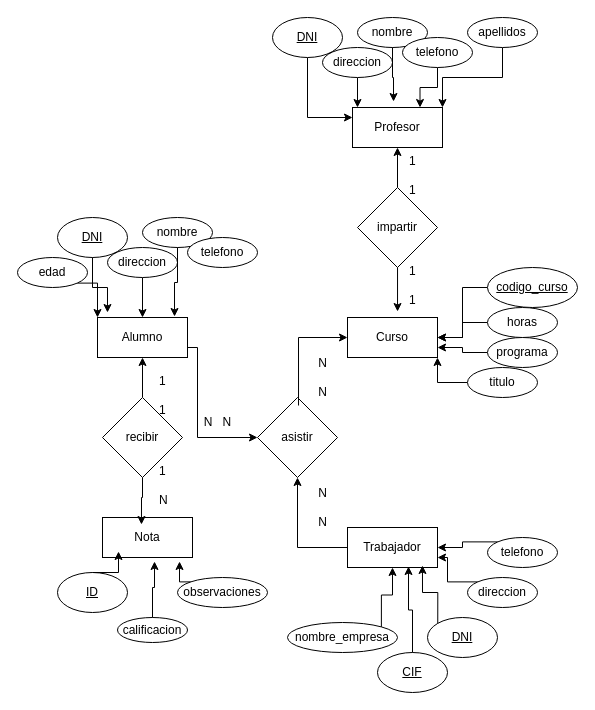
Above: ej2.drawio in adriii28/amr-tsys-C3U12-11102023 (draw.io), before the change. Source tidied: cells renumbered, new cells numbered last; positions are measured from the earlier drawing's top-left corner, leaving out a move shared by most shapes. Both pictures are drawn from the tidied source at 100%, with x=0, y=0 at pixel (17, 17).
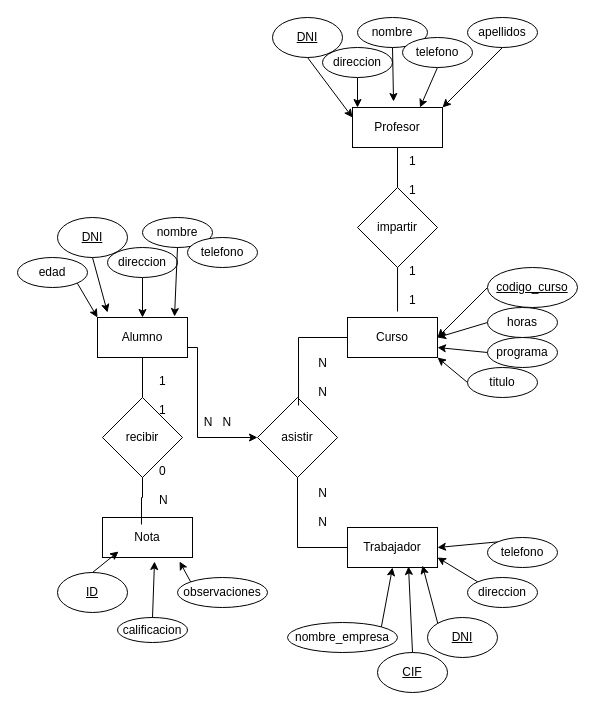
Above is the later version.

Unchanged cells that the change refers to:
```xml
<mxCell id="3" value="Alumno" style="rounded=0;whiteSpace=wrap;html=1;" parent="1" vertex="1">
<mxCell id="5" value="&lt;div&gt;Trabajador&lt;/div&gt;" style="rounded=0;whiteSpace=wrap;html=1;" parent="1" vertex="1">
<mxCell id="6" value="Curso" style="rounded=0;whiteSpace=wrap;html=1;" parent="1" vertex="1">
<mxCell id="7" value="&lt;div&gt;Profesor&lt;/div&gt;" style="rounded=0;whiteSpace=wrap;html=1;" parent="1" vertex="1">
<mxCell id="8" value="&lt;div&gt;Nota&lt;/div&gt;" style="rounded=0;whiteSpace=wrap;html=1;" parent="1" vertex="1">
<mxCell id="9" value="asistir" style="rhombus;whiteSpace=wrap;html=1;" parent="1" vertex="1">
<mxCell id="12" value="impartir" style="rhombus;whiteSpace=wrap;html=1;" parent="1" vertex="1">
<mxCell id="15" value="recibir" style="rhombus;whiteSpace=wrap;html=1;" parent="1" vertex="1">
<mxCell id="23" value="DNI" style="ellipse;whiteSpace=wrap;html=1;fontStyle=4;" parent="1" vertex="1">
<mxCell id="25" value="&lt;div&gt;direccion&lt;/div&gt;" style="ellipse;whiteSpace=wrap;html=1;" parent="1" vertex="1">
<mxCell id="26" value="nombre" style="ellipse;whiteSpace=wrap;html=1;" parent="1" vertex="1">
<mxCell id="29" value="edad" style="ellipse;whiteSpace=wrap;html=1;" parent="1" vertex="1">
<mxCell id="32" value="DNI" style="ellipse;whiteSpace=wrap;html=1;fontStyle=4;" parent="1" vertex="1">
<mxCell id="33" value="CIF" style="ellipse;whiteSpace=wrap;html=1;fontStyle=4;" parent="1" vertex="1">
<mxCell id="35" value="&lt;div&gt;nombre_empresa&lt;/div&gt;" style="ellipse;whiteSpace=wrap;html=1;" parent="1" vertex="1">
<mxCell id="37" value="&lt;div&gt;direccion&lt;/div&gt;" style="ellipse;whiteSpace=wrap;html=1;" parent="1" vertex="1">
<mxCell id="39" value="&lt;div&gt;telefono&lt;/div&gt;" style="ellipse;whiteSpace=wrap;html=1;" parent="1" vertex="1">
<mxCell id="43" value="&lt;div&gt;codigo_curso&lt;/div&gt;" style="ellipse;whiteSpace=wrap;html=1;fontStyle=4;" parent="1" vertex="1">
<mxCell id="45" value="horas" style="ellipse;whiteSpace=wrap;html=1;" parent="1" vertex="1">
<mxCell id="47" value="programa" style="ellipse;whiteSpace=wrap;html=1;" parent="1" vertex="1">
<mxCell id="49" value="titulo" style="ellipse;whiteSpace=wrap;html=1;" parent="1" vertex="1">
<mxCell id="51" value="DNI" style="ellipse;whiteSpace=wrap;html=1;fontStyle=4;" parent="1" vertex="1">
<mxCell id="53" value="&lt;div&gt;direccion&lt;/div&gt;" style="ellipse;whiteSpace=wrap;html=1;" parent="1" vertex="1">
<mxCell id="54" value="nombre" style="ellipse;whiteSpace=wrap;html=1;" parent="1" vertex="1">
<mxCell id="56" value="&lt;div&gt;telefono&lt;/div&gt;" style="ellipse;whiteSpace=wrap;html=1;" parent="1" vertex="1">
<mxCell id="58" value="apellidos" style="ellipse;whiteSpace=wrap;html=1;" parent="1" vertex="1">
<mxCell id="60" value="ID" style="ellipse;whiteSpace=wrap;html=1;fontStyle=4;" parent="1" vertex="1">
<mxCell id="61" value="calificacion" style="ellipse;whiteSpace=wrap;html=1;" parent="1" vertex="1">
<mxCell id="62" value="observaciones" style="ellipse;whiteSpace=wrap;html=1;" parent="1" vertex="1">
```

Diff of the diagram source:
```diff
@@
-    <mxCell id="4" style="edgeStyle=orthogonalEdgeStyle;rounded=0;jettySize=auto;html=1;entryX=0.5;entryY=1;entryDx=0;entryDy=0;" parent="1" edge="1" source="5" target="9">
+    <mxCell id="4" style="edgeStyle=orthogonalEdgeStyle;rounded=0;jettySize=auto;html=1;entryX=0.5;entryY=1;entryDx=0;entryDy=0;endArrow=none;endFill=0;startArrow=none;startFill=0;" parent="1" edge="1" source="5" target="9">
       <mxGeometry relative="1" as="geometry" />
     </mxCell>
@@
-    <mxCell id="10" style="edgeStyle=orthogonalEdgeStyle;rounded=0;jettySize=auto;html=1;entryX=0.513;entryY=0.1;entryDx=0;entryDy=0;entryPerimeter=0;endArrow=none;endFill=0;startArrow=classic;startFill=1;" parent="1" edge="1" source="6" target="9">
+    <mxCell id="10" style="edgeStyle=orthogonalEdgeStyle;rounded=0;jettySize=auto;html=1;entryX=0.513;entryY=0.1;entryDx=0;entryDy=0;entryPerimeter=0;endArrow=none;endFill=0;startArrow=none;startFill=0;" parent="1" edge="1" source="6" target="9">
       <mxGeometry relative="1" as="geometry" />
     </mxCell>
-    <mxCell id="11" style="edgeStyle=orthogonalEdgeStyle;rounded=0;jettySize=auto;html=1;" parent="1" edge="1" source="12" target="7">
+    <mxCell id="11" style="edgeStyle=orthogonalEdgeStyle;rounded=0;jettySize=auto;html=1;endArrow=none;endFill=0;startArrow=none;startFill=0;" parent="1" edge="1" source="12" target="7">
       <mxGeometry relative="1" as="geometry" />
     </mxCell>
@@
-    <mxCell id="13" style="edgeStyle=orthogonalEdgeStyle;rounded=0;jettySize=auto;html=1;entryX=0.556;entryY=-0.15;entryDx=0;entryDy=0;entryPerimeter=0;" parent="1" edge="1" source="12" target="6">
+    <mxCell id="13" style="edgeStyle=orthogonalEdgeStyle;rounded=0;jettySize=auto;html=1;entryX=0.556;entryY=-0.15;entryDx=0;entryDy=0;entryPerimeter=0;endArrow=none;endFill=0;startArrow=none;startFill=0;" parent="1" edge="1" source="12" target="6">
       <mxGeometry relative="1" as="geometry" />
     </mxCell>
-    <mxCell id="14" style="edgeStyle=orthogonalEdgeStyle;rounded=0;jettySize=auto;html=1;entryX=0.5;entryY=1;entryDx=0;entryDy=0;" parent="1" edge="1" source="15" target="3">
+    <mxCell id="14" style="edgeStyle=orthogonalEdgeStyle;rounded=0;jettySize=auto;html=1;entryX=0.5;entryY=1;entryDx=0;entryDy=0;endArrow=none;endFill=0;startArrow=none;startFill=0;" parent="1" edge="1" source="15" target="3">
       <mxGeometry relative="1" as="geometry" />
     </mxCell>
@@
-    <mxCell id="16" style="edgeStyle=orthogonalEdgeStyle;rounded=0;jettySize=auto;html=1;entryX=0.433;entryY=0.175;entryDx=0;entryDy=0;entryPerimeter=0;" parent="1" edge="1" source="15" target="8">
+    <mxCell id="16" style="edgeStyle=orthogonalEdgeStyle;rounded=0;jettySize=auto;html=1;entryX=0.433;entryY=0.175;entryDx=0;entryDy=0;entryPerimeter=0;endArrow=none;endFill=0;startArrow=none;startFill=0;" parent="1" edge="1" source="15" target="8">
       <mxGeometry relative="1" as="geometry" />
     </mxCell>
@@
-    <mxCell id="19" value="&lt;div&gt;1&lt;/div&gt;&lt;div&gt;&lt;br&gt;&lt;/div&gt;&lt;div&gt;N&lt;br&gt;&lt;/div&gt;" style="text;whiteSpace=wrap;html=1;" parent="1" vertex="1">
+    <mxCell id="19" value="0&lt;br&gt;&lt;div&gt;&lt;br&gt;&lt;/div&gt;&lt;div&gt;N&lt;br&gt;&lt;/div&gt;" style="text;whiteSpace=wrap;html=1;" parent="1" vertex="1">
       <mxGeometry x="140" y="440" width="40" height="70" as="geometry" />
     </mxCell>
@@
-    <mxCell id="24" style="edgeStyle=orthogonalEdgeStyle;rounded=0;jettySize=auto;html=1;exitX=0.5;exitY=1;exitDx=0;exitDy=0;entryX=0.5;entryY=0;entryDx=0;entryDy=0;" parent="1" edge="1" source="25" target="3">
+    <mxCell id="24" style="rounded=0;jettySize=auto;html=1;exitX=0.5;exitY=1;exitDx=0;exitDy=0;entryX=0.5;entryY=0;entryDx=0;entryDy=0;" parent="1" edge="1" source="25" target="3">
       <mxGeometry relative="1" as="geometry" />
     </mxCell>
@@
-    <mxCell id="28" style="edgeStyle=orthogonalEdgeStyle;rounded=0;jettySize=auto;html=1;exitX=1;exitY=1;exitDx=0;exitDy=0;entryX=0;entryY=0;entryDx=0;entryDy=0;" parent="1" edge="1" source="29" target="3">
+    <mxCell id="28" style="rounded=0;jettySize=auto;html=1;exitX=1;exitY=1;exitDx=0;exitDy=0;entryX=0;entryY=0;entryDx=0;entryDy=0;" parent="1" edge="1" source="29" target="3">
       <mxGeometry relative="1" as="geometry" />
     </mxCell>
@@
-    <mxCell id="30" style="edgeStyle=orthogonalEdgeStyle;rounded=0;jettySize=auto;html=1;exitX=0.5;exitY=1;exitDx=0;exitDy=0;entryX=0.111;entryY=-0.125;entryDx=0;entryDy=0;entryPerimeter=0;" parent="1" edge="1" source="23" target="3">
+    <mxCell id="30" style="rounded=0;jettySize=auto;html=1;exitX=0.5;exitY=1;exitDx=0;exitDy=0;entryX=0.111;entryY=-0.125;entryDx=0;entryDy=0;entryPerimeter=0;" parent="1" edge="1" source="23" target="3">
       <mxGeometry relative="1" as="geometry" />
     </mxCell>
-    <mxCell id="31" style="edgeStyle=orthogonalEdgeStyle;rounded=0;jettySize=auto;html=1;exitX=0.5;exitY=1;exitDx=0;exitDy=0;entryX=0.856;entryY=-0.025;entryDx=0;entryDy=0;entryPerimeter=0;" parent="1" edge="1" source="26" target="3">
+    <mxCell id="31" style="rounded=0;jettySize=auto;html=1;exitX=0.5;exitY=1;exitDx=0;exitDy=0;entryX=0.856;entryY=-0.025;entryDx=0;entryDy=0;entryPerimeter=0;" parent="1" edge="1" source="26" target="3">
       <mxGeometry relative="1" as="geometry" />
     </mxCell>
@@
-    <mxCell id="34" style="edgeStyle=orthogonalEdgeStyle;rounded=0;jettySize=auto;html=1;exitX=1;exitY=0;exitDx=0;exitDy=0;entryX=0.5;entryY=1;entryDx=0;entryDy=0;" parent="1" edge="1" source="35" target="5">
+    <mxCell id="34" style="rounded=0;jettySize=auto;html=1;exitX=1;exitY=0;exitDx=0;exitDy=0;entryX=0.5;entryY=1;entryDx=0;entryDy=0;" parent="1" edge="1" source="35" target="5">
       <mxGeometry relative="1" as="geometry" />
     </mxCell>
@@
-    <mxCell id="36" style="edgeStyle=orthogonalEdgeStyle;rounded=0;jettySize=auto;html=1;exitX=0;exitY=0;exitDx=0;exitDy=0;entryX=1;entryY=0.75;entryDx=0;entryDy=0;" parent="1" edge="1" source="37" target="5">
+    <mxCell id="36" style="rounded=0;jettySize=auto;html=1;exitX=0;exitY=0;exitDx=0;exitDy=0;entryX=1;entryY=0.75;entryDx=0;entryDy=0;" parent="1" edge="1" source="37" target="5">
       <mxGeometry relative="1" as="geometry" />
     </mxCell>
@@
-    <mxCell id="38" style="edgeStyle=orthogonalEdgeStyle;rounded=0;jettySize=auto;html=1;exitX=0;exitY=0;exitDx=0;exitDy=0;entryX=1;entryY=0.5;entryDx=0;entryDy=0;" parent="1" edge="1" source="39" target="5">
+    <mxCell id="38" style="rounded=0;jettySize=auto;html=1;exitX=0;exitY=0;exitDx=0;exitDy=0;entryX=1;entryY=0.5;entryDx=0;entryDy=0;" parent="1" edge="1" source="39" target="5">
       <mxGeometry relative="1" as="geometry" />
     </mxCell>
@@
-    <mxCell id="40" style="edgeStyle=orthogonalEdgeStyle;rounded=0;jettySize=auto;html=1;exitX=0;exitY=0;exitDx=0;exitDy=0;entryX=0.833;entryY=0.95;entryDx=0;entryDy=0;entryPerimeter=0;" parent="1" edge="1" source="32" target="5">
+    <mxCell id="40" style="rounded=0;jettySize=auto;html=1;exitX=0;exitY=0;exitDx=0;exitDy=0;entryX=0.833;entryY=0.95;entryDx=0;entryDy=0;entryPerimeter=0;" parent="1" edge="1" source="32" target="5">
       <mxGeometry relative="1" as="geometry" />
     </mxCell>
-    <mxCell id="41" style="edgeStyle=orthogonalEdgeStyle;rounded=0;jettySize=auto;html=1;exitX=0.5;exitY=0;exitDx=0;exitDy=0;entryX=0.678;entryY=0.975;entryDx=0;entryDy=0;entryPerimeter=0;" parent="1" edge="1" source="33" target="5">
+    <mxCell id="41" style="rounded=0;jettySize=auto;html=1;exitX=0.5;exitY=0;exitDx=0;exitDy=0;entryX=0.678;entryY=0.975;entryDx=0;entryDy=0;entryPerimeter=0;" parent="1" edge="1" source="33" target="5">
       <mxGeometry relative="1" as="geometry" />
     </mxCell>
-    <mxCell id="42" style="edgeStyle=orthogonalEdgeStyle;rounded=0;jettySize=auto;html=1;exitX=0;exitY=0.5;exitDx=0;exitDy=0;entryX=1;entryY=0.5;entryDx=0;entryDy=0;" parent="1" edge="1" source="43" target="6">
+    <mxCell id="42" style="rounded=0;jettySize=auto;html=1;exitX=0;exitY=0.5;exitDx=0;exitDy=0;entryX=1;entryY=0.5;entryDx=0;entryDy=0;" parent="1" edge="1" source="43" target="6">
       <mxGeometry relative="1" as="geometry" />
     </mxCell>
@@
-    <mxCell id="44" style="edgeStyle=orthogonalEdgeStyle;rounded=0;jettySize=auto;html=1;exitX=0;exitY=0.5;exitDx=0;exitDy=0;entryX=1;entryY=0.5;entryDx=0;entryDy=0;" parent="1" edge="1" source="45" target="6">
+    <mxCell id="44" style="rounded=0;jettySize=auto;html=1;exitX=0;exitY=0.5;exitDx=0;exitDy=0;entryX=1;entryY=0.5;entryDx=0;entryDy=0;" parent="1" edge="1" source="45" target="6">
       <mxGeometry relative="1" as="geometry" />
     </mxCell>
@@
-    <mxCell id="46" style="edgeStyle=orthogonalEdgeStyle;rounded=0;jettySize=auto;html=1;exitX=0;exitY=0.5;exitDx=0;exitDy=0;entryX=1;entryY=0.75;entryDx=0;entryDy=0;" parent="1" edge="1" source="47" target="6">
+    <mxCell id="46" style="rounded=0;jettySize=auto;html=1;exitX=0;exitY=0.5;exitDx=0;exitDy=0;entryX=1;entryY=0.75;entryDx=0;entryDy=0;" parent="1" edge="1" source="47" target="6">
       <mxGeometry relative="1" as="geometry" />
     </mxCell>
@@
-    <mxCell id="48" style="edgeStyle=orthogonalEdgeStyle;rounded=0;jettySize=auto;html=1;exitX=0;exitY=0.5;exitDx=0;exitDy=0;" parent="1" edge="1" source="49">
+    <mxCell id="48" style="rounded=0;jettySize=auto;html=1;exitX=0;exitY=0.5;exitDx=0;exitDy=0;" parent="1" edge="1" source="49">
       <mxGeometry relative="1" as="geometry">
         <mxPoint x="420" y="340" as="targetPoint" />
       </mxGeometry>
     </mxCell>
@@
-    <mxCell id="50" style="edgeStyle=orthogonalEdgeStyle;rounded=0;jettySize=auto;html=1;exitX=0.5;exitY=1;exitDx=0;exitDy=0;entryX=0;entryY=0.25;entryDx=0;entryDy=0;" parent="1" edge="1" source="51" target="7">
+    <mxCell id="50" style="rounded=0;jettySize=auto;html=1;exitX=0.5;exitY=1;exitDx=0;exitDy=0;entryX=0;entryY=0.25;entryDx=0;entryDy=0;" parent="1" edge="1" source="51" target="7">
       <mxGeometry relative="1" as="geometry" />
     </mxCell>
@@
-    <mxCell id="52" style="edgeStyle=orthogonalEdgeStyle;rounded=0;jettySize=auto;html=1;exitX=0.5;exitY=1;exitDx=0;exitDy=0;" parent="1" edge="1" source="53">
+    <mxCell id="52" style="rounded=0;jettySize=auto;html=1;exitX=0.5;exitY=1;exitDx=0;exitDy=0;" parent="1" edge="1" source="53">
       <mxGeometry relative="1" as="geometry">
         <mxPoint x="340" y="90" as="targetPoint" />
       </mxGeometry>
     </mxCell>
@@
-    <mxCell id="55" style="edgeStyle=orthogonalEdgeStyle;rounded=0;jettySize=auto;html=1;exitX=0.5;exitY=1;exitDx=0;exitDy=0;entryX=0.75;entryY=0;entryDx=0;entryDy=0;" parent="1" edge="1" source="56" target="7">
+    <mxCell id="55" style="rounded=0;jettySize=auto;html=1;exitX=0.5;exitY=1;exitDx=0;exitDy=0;entryX=0.75;entryY=0;entryDx=0;entryDy=0;" parent="1" edge="1" source="56" target="7">
       <mxGeometry relative="1" as="geometry" />
     </mxCell>
@@
-    <mxCell id="57" style="edgeStyle=orthogonalEdgeStyle;rounded=0;jettySize=auto;html=1;exitX=0.5;exitY=1;exitDx=0;exitDy=0;entryX=1;entryY=0;entryDx=0;entryDy=0;" parent="1" edge="1" source="58" target="7">
+    <mxCell id="57" style="rounded=0;jettySize=auto;html=1;exitX=0.5;exitY=1;exitDx=0;exitDy=0;entryX=1;entryY=0;entryDx=0;entryDy=0;" parent="1" edge="1" source="58" target="7">
       <mxGeometry relative="1" as="geometry" />
     </mxCell>
@@
-    <mxCell id="59" style="edgeStyle=orthogonalEdgeStyle;rounded=0;jettySize=auto;html=1;exitX=0.5;exitY=1;exitDx=0;exitDy=0;entryX=0.456;entryY=-0.15;entryDx=0;entryDy=0;entryPerimeter=0;" parent="1" edge="1" source="54" target="7">
+    <mxCell id="59" style="rounded=0;jettySize=auto;html=1;exitX=0.5;exitY=1;exitDx=0;exitDy=0;entryX=0.456;entryY=-0.15;entryDx=0;entryDy=0;entryPerimeter=0;" parent="1" edge="1" source="54" target="7">
       <mxGeometry relative="1" as="geometry" />
     </mxCell>
@@
-    <mxCell id="63" style="edgeStyle=orthogonalEdgeStyle;rounded=0;jettySize=auto;html=1;exitX=0.5;exitY=0;exitDx=0;exitDy=0;entryX=0.178;entryY=0.85;entryDx=0;entryDy=0;entryPerimeter=0;" parent="1" edge="1" source="60" target="8">
+    <mxCell id="63" style="rounded=0;jettySize=auto;html=1;exitX=0.5;exitY=0;exitDx=0;exitDy=0;entryX=0.178;entryY=0.85;entryDx=0;entryDy=0;entryPerimeter=0;" parent="1" edge="1" source="60" target="8">
       <mxGeometry relative="1" as="geometry" />
     </mxCell>
-    <mxCell id="64" style="edgeStyle=orthogonalEdgeStyle;rounded=0;jettySize=auto;html=1;exitX=0.5;exitY=0;exitDx=0;exitDy=0;entryX=0.578;entryY=1.1;entryDx=0;entryDy=0;entryPerimeter=0;" parent="1" edge="1" source="61" target="8">
+    <mxCell id="64" style="rounded=0;jettySize=auto;html=1;exitX=0.5;exitY=0;exitDx=0;exitDy=0;entryX=0.578;entryY=1.1;entryDx=0;entryDy=0;entryPerimeter=0;" parent="1" edge="1" source="61" target="8">
       <mxGeometry relative="1" as="geometry" />
     </mxCell>
-    <mxCell id="65" style="edgeStyle=orthogonalEdgeStyle;rounded=0;jettySize=auto;html=1;exitX=0;exitY=0;exitDx=0;exitDy=0;entryX=0.856;entryY=1.1;entryDx=0;entryDy=0;entryPerimeter=0;" parent="1" edge="1" source="62" target="8">
+    <mxCell id="65" style="rounded=0;jettySize=auto;html=1;exitX=0;exitY=0;exitDx=0;exitDy=0;entryX=0.856;entryY=1.1;entryDx=0;entryDy=0;entryPerimeter=0;" parent="1" edge="1" source="62" target="8">
       <mxGeometry relative="1" as="geometry" />
     </mxCell>
```
